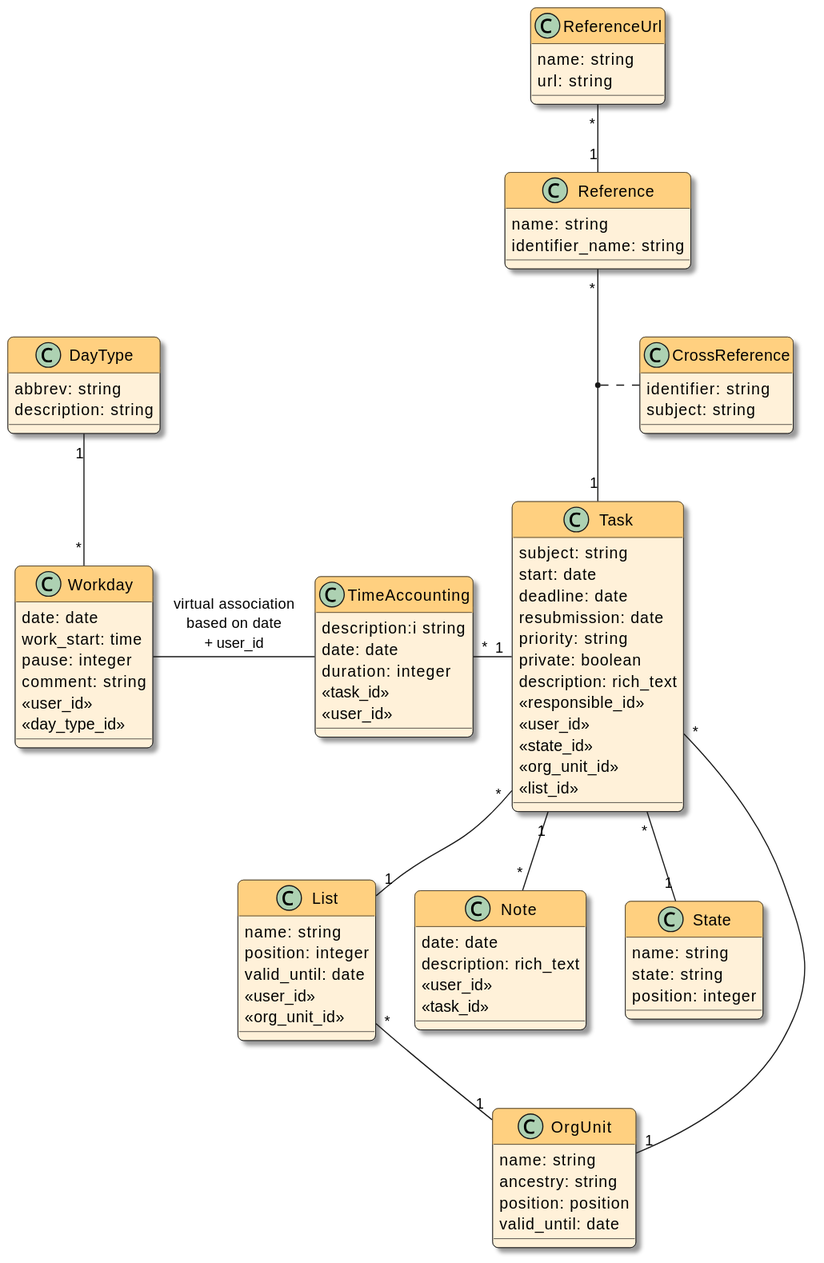
swobspace/titracka keeps this PlantUML diagram as docs/devnotes/_images/models.svg. Above is the earlier version.
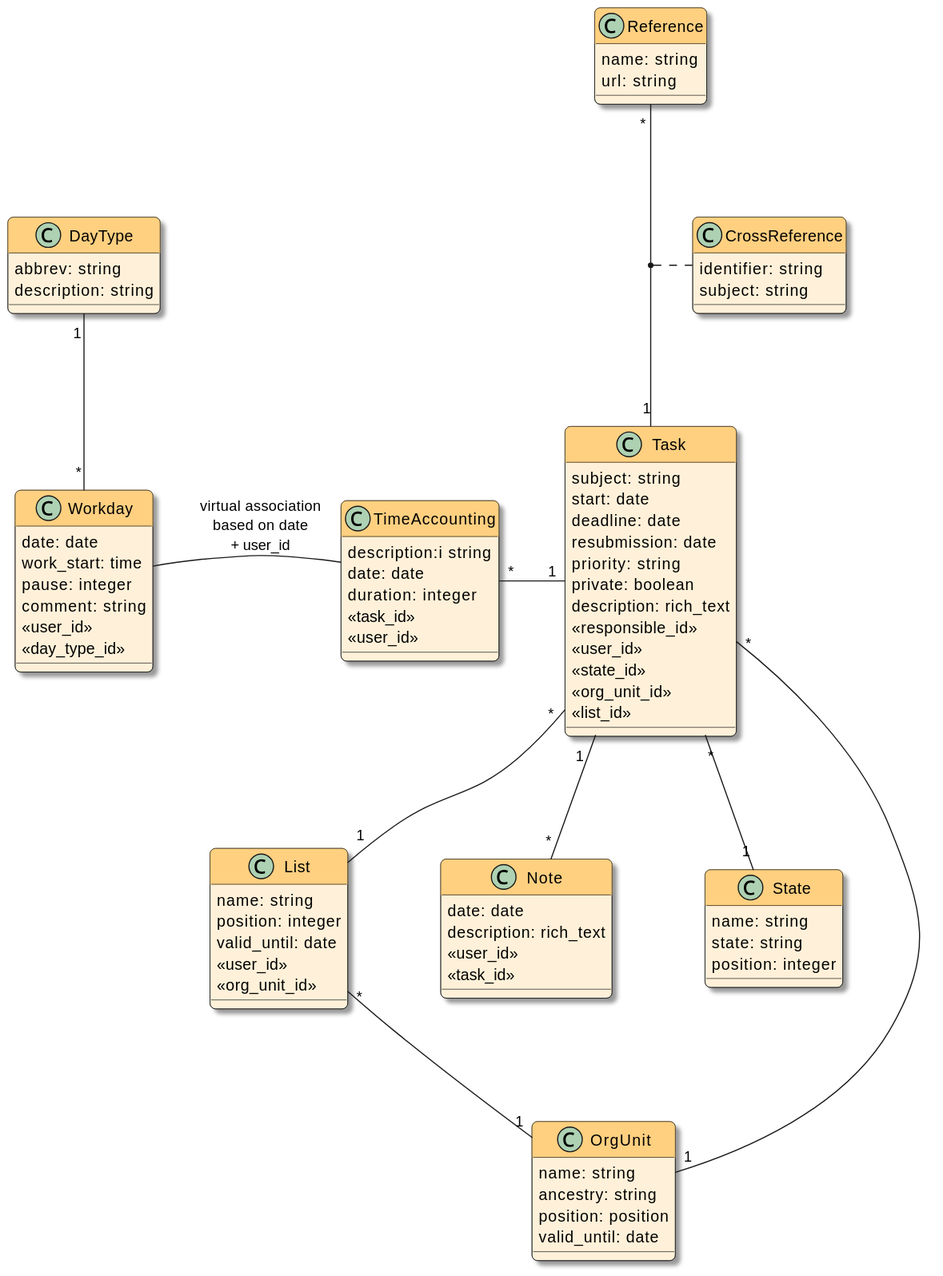
The same diagram one commit later.

Diff of the diagram source:
```diff
@@ -1,6 +1,6 @@
 @startuml
+!theme titracka from .
 
-!theme titracka from .
 
 class CrossReference  {
     identifier: string
@@ -34,14 +34,10 @@
     valid_until: date
 }
 
-class ReferenceUrl  {
-    name: string
-    url: string
-}
 
 class Reference  {
     name: string
-    identifier_name: string
+    url: string
 }
 
 class State  {
@@ -92,8 +88,6 @@
 
 Workday - TimeAccounting: virtual association\nbased on date\n+ user_id
 List "*" -- "1" OrgUnit
-ReferenceUrl "*" -- "1" Reference
 TimeAccounting "*" - "1" Task
 OrgUnit "1" -- "*" Task
-
 @enduml
```
